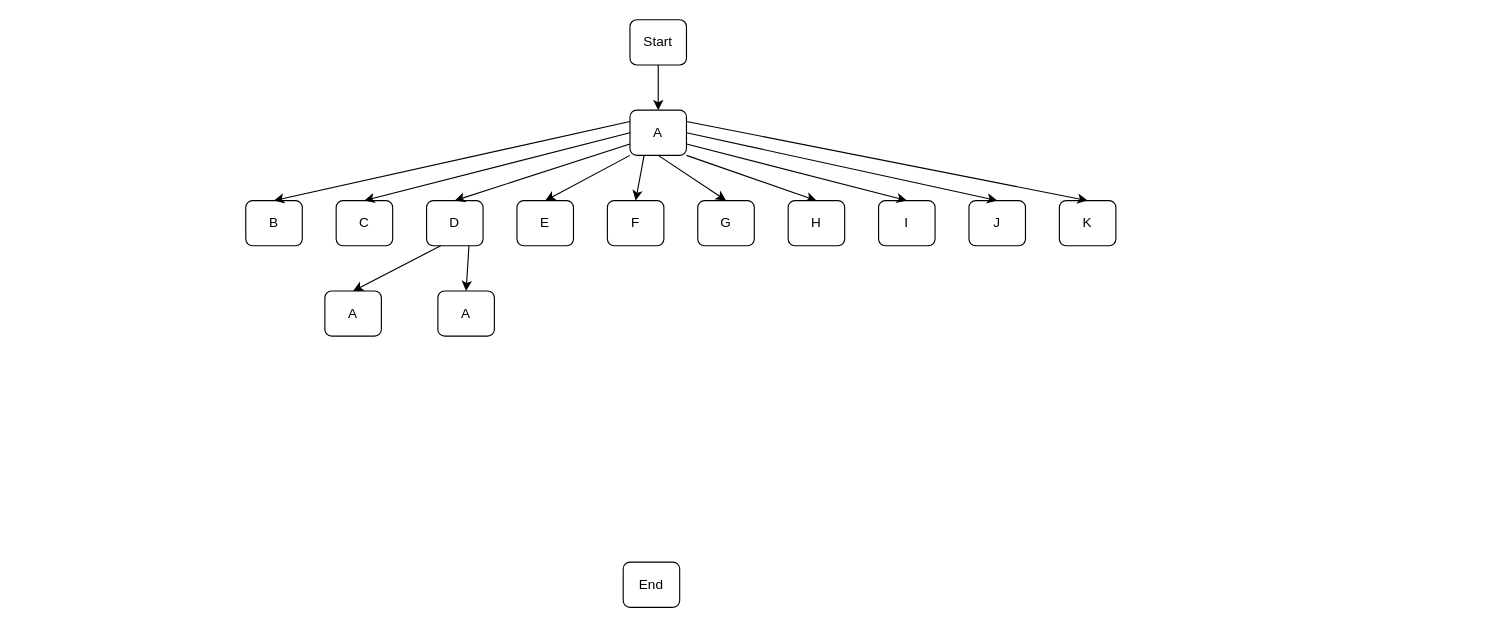
MikeIUTBayonne/TPTD3-Tennis keeps this draw.io diagram as Diagramme sans nom.drawio. Above is the earlier version. Source tidied: cells renumbered, new cells numbered last; positions are measured from the earlier drawing's top-left corner, leaving out a move shared by most shapes. Both pictures are drawn from the tidied source at 113%, with x=0, y=0 at pixel (245, 19).
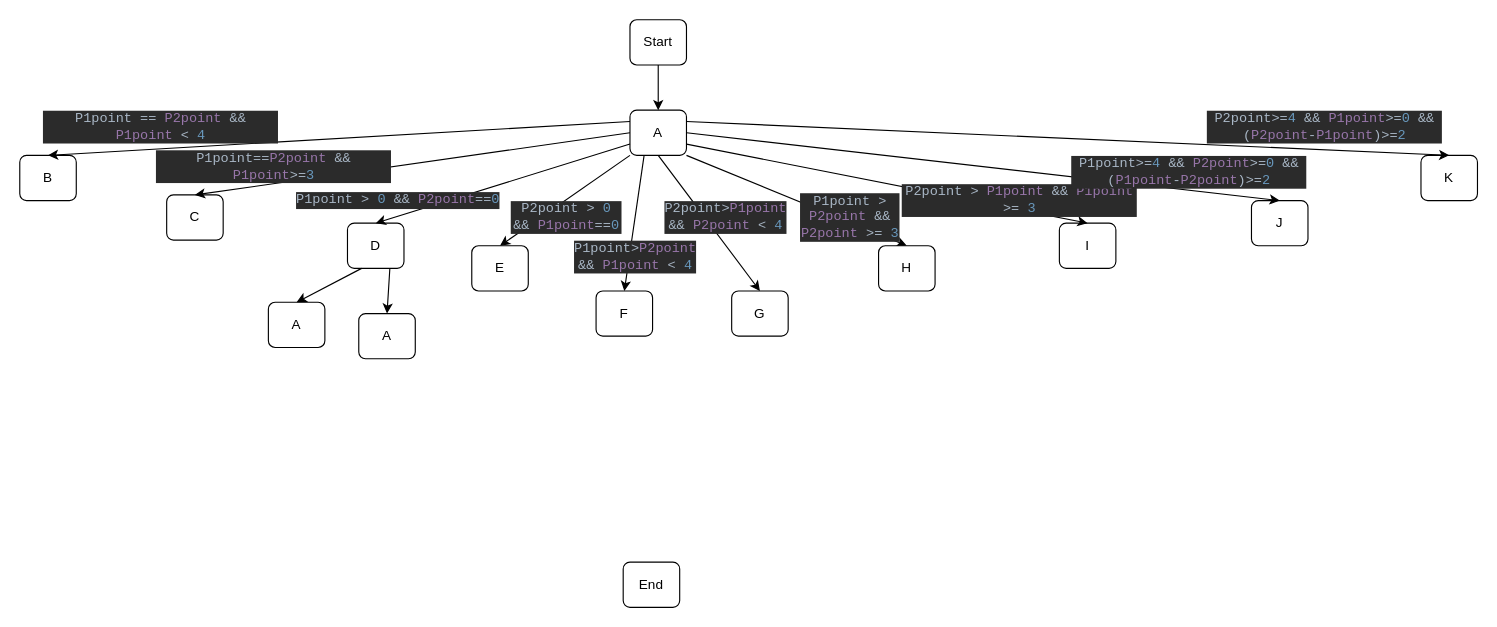
After the change.

Commit message (it also covers changes not shown here):
Mettre à jour Diagramme sans nom.drawio

Unchanged cells that the change refers to:
```xml
<mxCell id="3" value="A" style="rounded=1;whiteSpace=wrap;html=1;" parent="1" vertex="1">
  <mxGeometry x="340" y="80" width="50" height="40" as="geometry" />
</mxCell>
```

Diff of the diagram source:
```diff
@@
     <mxCell id="4" value="A" style="rounded=1;whiteSpace=wrap;html=1;" parent="1" vertex="1">
-      <mxGeometry x="170" y="240" width="50" height="40" as="geometry" />
+      <mxGeometry x="100" y="260" width="50" height="40" as="geometry" />
     </mxCell>
     <mxCell id="5" value="A" style="rounded=1;whiteSpace=wrap;html=1;" parent="1" vertex="1">
-      <mxGeometry x="70" y="240" width="50" height="40" as="geometry" />
+      <mxGeometry x="20" y="250" width="50" height="40" as="geometry" />
     </mxCell>
     <mxCell id="6" value="J" style="rounded=1;whiteSpace=wrap;html=1;" parent="1" vertex="1">
-      <mxGeometry x="640" y="160" width="50" height="40" as="geometry" />
+      <mxGeometry x="890" y="160" width="50" height="40" as="geometry" />
     </mxCell>
     <mxCell id="7" value="D" style="rounded=1;whiteSpace=wrap;html=1;" parent="1" vertex="1">
-      <mxGeometry x="160" y="160" width="50" height="40" as="geometry" />
+      <mxGeometry x="90" y="180" width="50" height="40" as="geometry" />
     </mxCell>
@@
     <mxCell id="14" value="B" style="rounded=1;whiteSpace=wrap;html=1;" parent="1" vertex="1">
-      <mxGeometry y="160" width="50" height="40" as="geometry" />
+      <mxGeometry x="-200" y="120" width="50" height="40" as="geometry" />
     </mxCell>
     <mxCell id="15" value="K" style="rounded=1;whiteSpace=wrap;html=1;" parent="1" vertex="1">
-      <mxGeometry x="720" y="160" width="50" height="40" as="geometry" />
+      <mxGeometry x="1040" y="120" width="50" height="40" as="geometry" />
     </mxCell>
     <mxCell id="16" value="C" style="rounded=1;whiteSpace=wrap;html=1;" parent="1" vertex="1">
-      <mxGeometry x="80" y="160" width="50" height="40" as="geometry" />
+      <mxGeometry x="-70" y="155" width="50" height="40" as="geometry" />
     </mxCell>
     <mxCell id="17" value="E" style="rounded=1;whiteSpace=wrap;html=1;" parent="1" vertex="1">
-      <mxGeometry x="240" y="160" width="50" height="40" as="geometry" />
+      <mxGeometry x="200" y="200" width="50" height="40" as="geometry" />
     </mxCell>
     <mxCell id="18" value="F" style="rounded=1;whiteSpace=wrap;html=1;" parent="1" vertex="1">
-      <mxGeometry x="320" y="160" width="50" height="40" as="geometry" />
+      <mxGeometry x="310" y="240" width="50" height="40" as="geometry" />
     </mxCell>
     <mxCell id="19" value="G" style="rounded=1;whiteSpace=wrap;html=1;" parent="1" vertex="1">
-      <mxGeometry x="400" y="160" width="50" height="40" as="geometry" />
+      <mxGeometry x="430" y="240" width="50" height="40" as="geometry" />
     </mxCell>
     <mxCell id="20" value="H" style="rounded=1;whiteSpace=wrap;html=1;" parent="1" vertex="1">
-      <mxGeometry x="480" y="160" width="50" height="40" as="geometry" />
+      <mxGeometry x="560" y="200" width="50" height="40" as="geometry" />
     </mxCell>
     <mxCell id="21" value="I" style="rounded=1;whiteSpace=wrap;html=1;" parent="1" vertex="1">
-      <mxGeometry x="560" y="160" width="50" height="40" as="geometry" />
+      <mxGeometry x="720" y="180" width="50" height="40" as="geometry" />
     </mxCell>
@@
-    <mxCell id="23" style="endArrow=classic;html=1;rounded=0;exitX=0;exitY=0.75;exitDx=0;exitDy=0;entryX=0.5;entryY=0;entryDx=0;entryDy=0;" parent="1" edge="1" source="3" target="7">
-      <mxGeometry relative="1" as="geometry" />
-    </mxCell>
@@
+    <mxCell id="30" value="&lt;div style=&quot;background-color: rgb(43, 43, 43); color: rgb(169, 183, 198); font-family: &amp;quot;JetBrains Mono&amp;quot;, monospace;&quot;&gt;P1point == &lt;span style=&quot;color:#9876aa;&quot;&gt;P2point &lt;/span&gt;&amp;amp;&amp;amp; &lt;span style=&quot;color:#9876aa;&quot;&gt;P1point &lt;/span&gt;&amp;lt; &lt;span style=&quot;color:#6897bb;&quot;&gt;4&lt;/span&gt;&lt;/div&gt;" style="text;html=1;strokeColor=none;fillColor=none;align=center;verticalAlign=middle;whiteSpace=wrap;rounded=0;" parent="1" vertex="1">
+      <mxGeometry x="-180" y="80" width="210" height="30" as="geometry" />
+    </mxCell>
+    <mxCell id="31" value="&lt;div style=&quot;background-color: rgb(43, 43, 43); color: rgb(169, 183, 198); font-family: &amp;quot;JetBrains Mono&amp;quot;, monospace;&quot;&gt;P2point &amp;gt; &lt;span style=&quot;color:#6897bb;&quot;&gt;0 &lt;/span&gt;&amp;amp;&amp;amp; &lt;span style=&quot;color:#9876aa;&quot;&gt;P1point&lt;/span&gt;==&lt;span style=&quot;color:#6897bb;&quot;&gt;0&lt;/span&gt;&lt;/div&gt;" style="text;html=1;strokeColor=none;fillColor=none;align=center;verticalAlign=middle;whiteSpace=wrap;rounded=0;" parent="1" vertex="1">
+      <mxGeometry x="234" y="160" width="100" height="30" as="geometry" />
+    </mxCell>
+    <mxCell id="32" value="&lt;div style=&quot;background-color: rgb(43, 43, 43); color: rgb(169, 183, 198); font-family: &amp;quot;JetBrains Mono&amp;quot;, monospace;&quot;&gt;P2point&amp;gt;&lt;span style=&quot;color:#9876aa;&quot;&gt;P1point &lt;/span&gt;&amp;amp;&amp;amp; &lt;span style=&quot;color:#9876aa;&quot;&gt;P2point &lt;/span&gt;&amp;lt; &lt;span style=&quot;color:#6897bb;&quot;&gt;4&lt;/span&gt;&lt;/div&gt;" style="text;html=1;strokeColor=none;fillColor=none;align=center;verticalAlign=middle;whiteSpace=wrap;rounded=0;" parent="1" vertex="1">
+      <mxGeometry x="370" y="160" width="110" height="30" as="geometry" />
+    </mxCell>
+    <mxCell id="33" value="&lt;div style=&quot;background-color: rgb(43, 43, 43); color: rgb(169, 183, 198); font-family: &amp;quot;JetBrains Mono&amp;quot;, monospace;&quot;&gt;P1point &amp;gt; &lt;span style=&quot;color:#9876aa;&quot;&gt;P2point &lt;/span&gt;&amp;amp;&amp;amp; &lt;span style=&quot;color:#9876aa;&quot;&gt;P2point &lt;/span&gt;&amp;gt;= &lt;span style=&quot;color:#6897bb;&quot;&gt;3&lt;/span&gt;&lt;/div&gt;" style="text;html=1;strokeColor=none;fillColor=none;align=center;verticalAlign=middle;whiteSpace=wrap;rounded=0;" parent="1" vertex="1">
+      <mxGeometry x="490" y="160" width="90" height="30" as="geometry" />
+    </mxCell>
+    <mxCell id="34" value="&lt;div style=&quot;background-color: rgb(43, 43, 43); color: rgb(169, 183, 198); font-family: &amp;quot;JetBrains Mono&amp;quot;, monospace;&quot;&gt;P2point &amp;gt; &lt;span style=&quot;color:#9876aa;&quot;&gt;P1point &lt;/span&gt;&amp;amp;&amp;amp; &lt;span style=&quot;color:#9876aa;&quot;&gt;P1point &lt;/span&gt;&amp;gt;= &lt;span style=&quot;color:#6897bb;&quot;&gt;3&lt;/span&gt;&lt;/div&gt;" style="text;html=1;strokeColor=none;fillColor=none;align=center;verticalAlign=middle;whiteSpace=wrap;rounded=0;" parent="1" vertex="1">
+      <mxGeometry x="580" y="145" width="210" height="30" as="geometry" />
+    </mxCell>
+    <mxCell id="35" value="&lt;div style=&quot;background-color: rgb(43, 43, 43); color: rgb(169, 183, 198); font-family: &amp;quot;JetBrains Mono&amp;quot;, monospace;&quot;&gt;P1point&amp;gt;=&lt;span style=&quot;color:#6897bb;&quot;&gt;4 &lt;/span&gt;&amp;amp;&amp;amp; &lt;span style=&quot;color:#9876aa;&quot;&gt;P2point&lt;/span&gt;&amp;gt;=&lt;span style=&quot;color:#6897bb;&quot;&gt;0 &lt;/span&gt;&amp;amp;&amp;amp; (&lt;span style=&quot;color:#9876aa;&quot;&gt;P1point&lt;/span&gt;-&lt;span style=&quot;color:#9876aa;&quot;&gt;P2point&lt;/span&gt;)&amp;gt;=&lt;span style=&quot;color:#6897bb;&quot;&gt;2&lt;/span&gt;&lt;/div&gt;" style="text;html=1;strokeColor=none;fillColor=none;align=center;verticalAlign=middle;whiteSpace=wrap;rounded=0;" parent="1" vertex="1">
+      <mxGeometry x="730" y="120" width="210" height="30" as="geometry" />
+    </mxCell>
+    <mxCell id="36" value="&lt;div style=&quot;background-color: rgb(43, 43, 43); color: rgb(169, 183, 198); font-family: &amp;quot;JetBrains Mono&amp;quot;, monospace;&quot;&gt;P2point&amp;gt;=&lt;span style=&quot;color:#6897bb;&quot;&gt;4 &lt;/span&gt;&amp;amp;&amp;amp; &lt;span style=&quot;color:#9876aa;&quot;&gt;P1point&lt;/span&gt;&amp;gt;=&lt;span style=&quot;color:#6897bb;&quot;&gt;0 &lt;/span&gt;&amp;amp;&amp;amp; (&lt;span style=&quot;color:#9876aa;&quot;&gt;P2point&lt;/span&gt;-&lt;span style=&quot;color:#9876aa;&quot;&gt;P1point&lt;/span&gt;)&amp;gt;=&lt;span style=&quot;color:#6897bb;&quot;&gt;2&lt;/span&gt;&lt;/div&gt;" style="text;html=1;strokeColor=none;fillColor=none;align=center;verticalAlign=middle;whiteSpace=wrap;rounded=0;" parent="1" vertex="1">
+      <mxGeometry x="850" y="80" width="210" height="30" as="geometry" />
+    </mxCell>
+    <mxCell id="23" style="endArrow=classic;html=1;rounded=0;exitX=0;exitY=0.75;exitDx=0;exitDy=0;entryX=0.5;entryY=0;entryDx=0;entryDy=0;" parent="1" edge="1" source="3" target="7">
+      <mxGeometry relative="1" as="geometry" />
+    </mxCell>
+    <mxCell id="37" value="&lt;div style=&quot;background-color: rgb(43, 43, 43); color: rgb(169, 183, 198); font-family: &amp;quot;JetBrains Mono&amp;quot;, monospace;&quot;&gt;P1point &amp;gt; &lt;span style=&quot;color:#6897bb;&quot;&gt;0 &lt;/span&gt;&amp;amp;&amp;amp; &lt;span style=&quot;color:#9876aa;&quot;&gt;P2point&lt;/span&gt;==&lt;span style=&quot;color:#6897bb;&quot;&gt;0&lt;/span&gt;&lt;/div&gt;" style="text;html=1;strokeColor=none;fillColor=none;align=center;verticalAlign=middle;whiteSpace=wrap;rounded=0;" parent="1" vertex="1">
+      <mxGeometry x="30" y="145" width="210" height="30" as="geometry" />
+    </mxCell>
+    <mxCell id="38" value="&lt;div style=&quot;background-color: rgb(43, 43, 43); color: rgb(169, 183, 198); font-family: &amp;quot;JetBrains Mono&amp;quot;, monospace;&quot;&gt;P1point==&lt;span style=&quot;color:#9876aa;&quot;&gt;P2point &lt;/span&gt;&amp;amp;&amp;amp; &lt;span style=&quot;color:#9876aa;&quot;&gt;P1point&lt;/span&gt;&amp;gt;=&lt;span style=&quot;color:#6897bb;&quot;&gt;3&lt;/span&gt;&lt;/div&gt;" style="text;html=1;strokeColor=none;fillColor=none;align=center;verticalAlign=middle;whiteSpace=wrap;rounded=0;" parent="1" vertex="1">
+      <mxGeometry x="-80" y="115" width="210" height="30" as="geometry" />
+    </mxCell>
+    <mxCell id="39" value="&lt;div style=&quot;background-color: rgb(43, 43, 43); color: rgb(169, 183, 198); font-family: &amp;quot;JetBrains Mono&amp;quot;, monospace;&quot;&gt;P1point&amp;gt;&lt;span style=&quot;color:#9876aa;&quot;&gt;P2point &lt;/span&gt;&amp;amp;&amp;amp; &lt;span style=&quot;color:#9876aa;&quot;&gt;P1point &lt;/span&gt;&amp;lt; &lt;span style=&quot;color:#6897bb;&quot;&gt;4&lt;/span&gt;&lt;/div&gt;" style="text;html=1;strokeColor=none;fillColor=none;align=center;verticalAlign=middle;whiteSpace=wrap;rounded=0;" parent="1" vertex="1">
+      <mxGeometry x="310" y="195" width="70" height="30" as="geometry" />
+    </mxCell>
```
